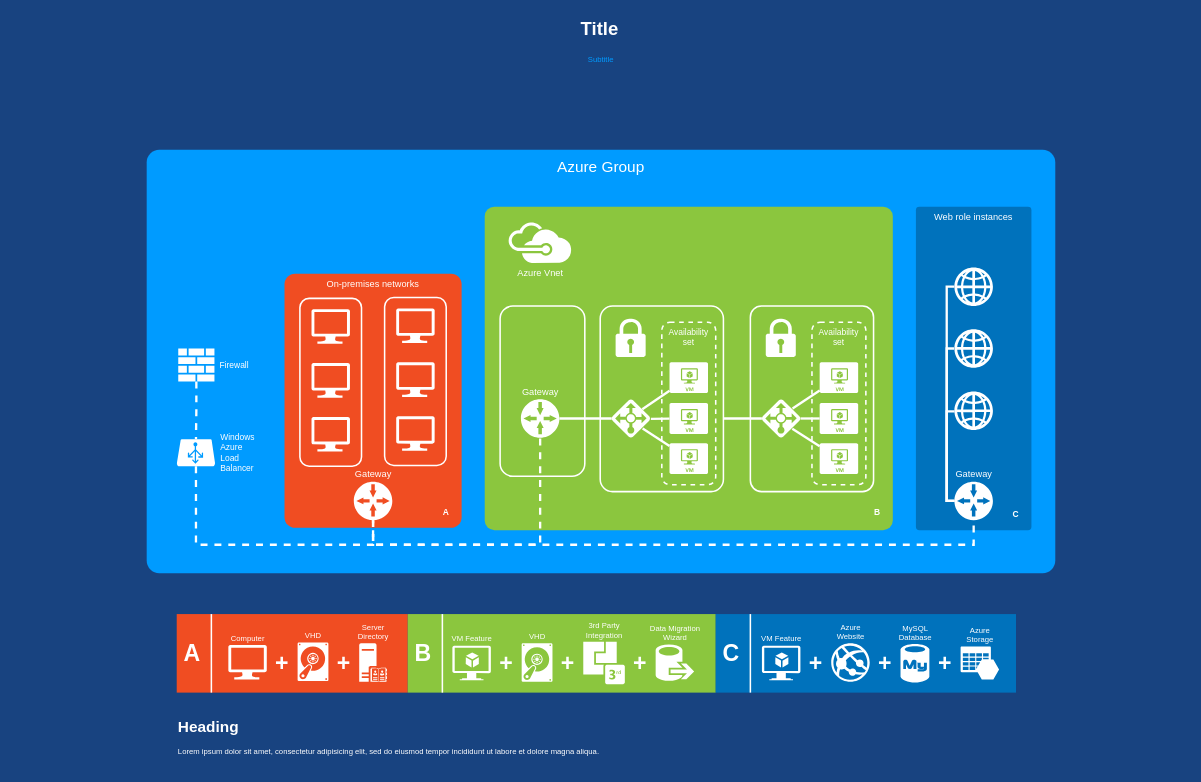
This is src/Untitled Diagram.drawio from nocb/android-support-v4, a draw.io file, before an edit. Source tidied: cells renumbered, new cells numbered last; positions are measured from the earlier drawing's top-left corner, leaving out a move shared by most shapes. Both pictures are drawn from the tidied source at 77%, with x=0, y=0 at pixel (13, 13).
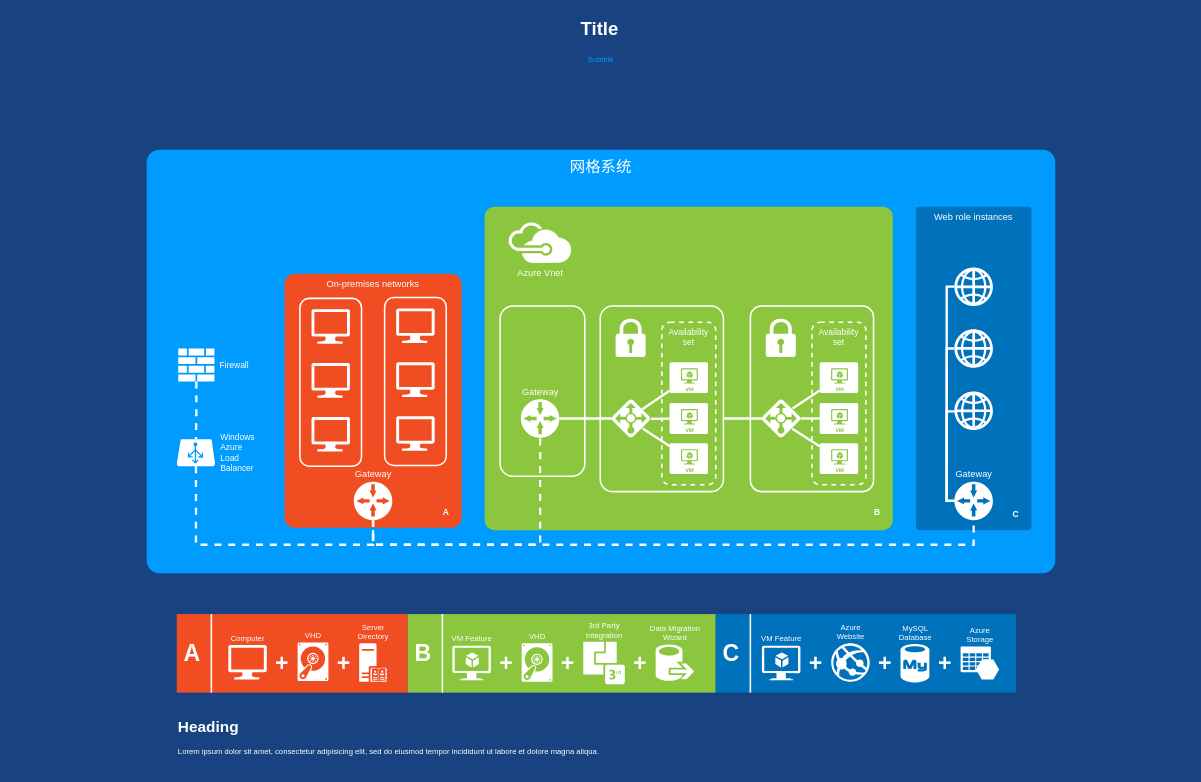
The same page after the edit.

Diff of the diagram source:
```diff
@@
-    <mxCell id="2" value="Azure Group" style="whiteSpace=wrap;html=1;rounded=1;shadow=0;strokeColor=none;strokeWidth=2;fillColor=#009BFF;fontSize=20;fontColor=#FFFFFF;align=center;arcSize=3;verticalAlign=top;spacingTop=4;" parent="1" vertex="1">
+    <mxCell id="2" value="网格系统" style="whiteSpace=wrap;html=1;rounded=1;shadow=0;strokeColor=none;strokeWidth=2;fillColor=#009BFF;fontSize=20;fontColor=#FFFFFF;align=center;arcSize=3;verticalAlign=top;spacingTop=4;" parent="1" vertex="1">
       <mxGeometry x="173" y="177" width="1180" height="550" as="geometry" />
     </mxCell>
```
